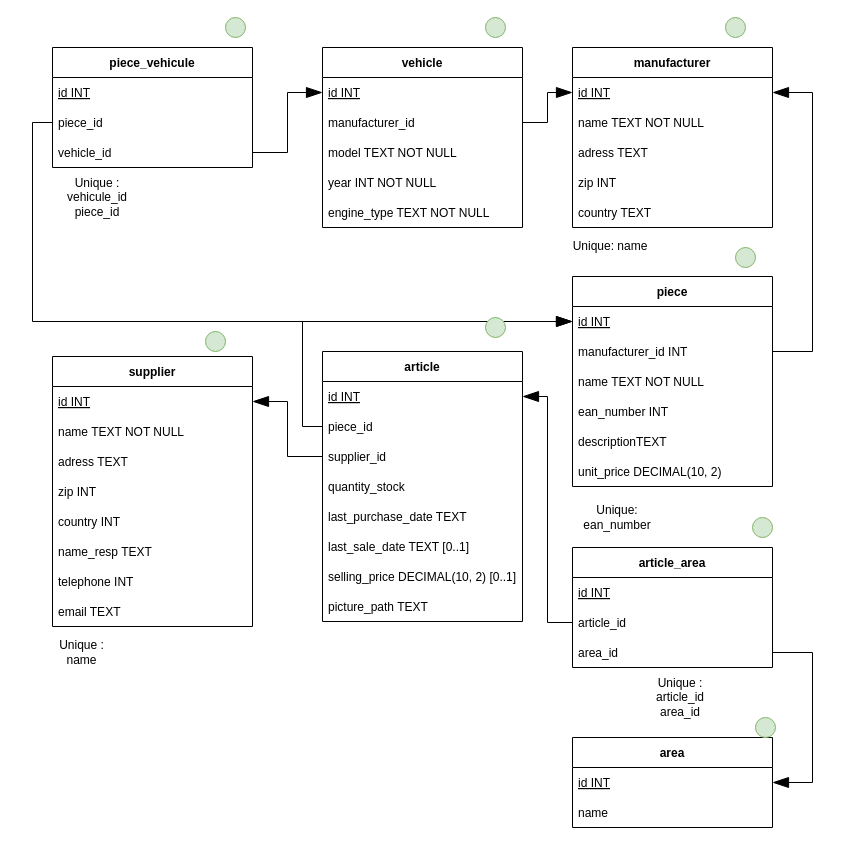
Before: Documentation/Schema/SQL_Garage_valide.drawio in alexhohn/projet_garage, a draw.io diagram. Source tidied: cells renumbered, new cells numbered last; positions are measured from the earlier drawing's top-left corner, leaving out a move shared by most shapes. Both pictures are drawn from the tidied source at 100%, with x=0, y=0 at pixel (-18, 17).
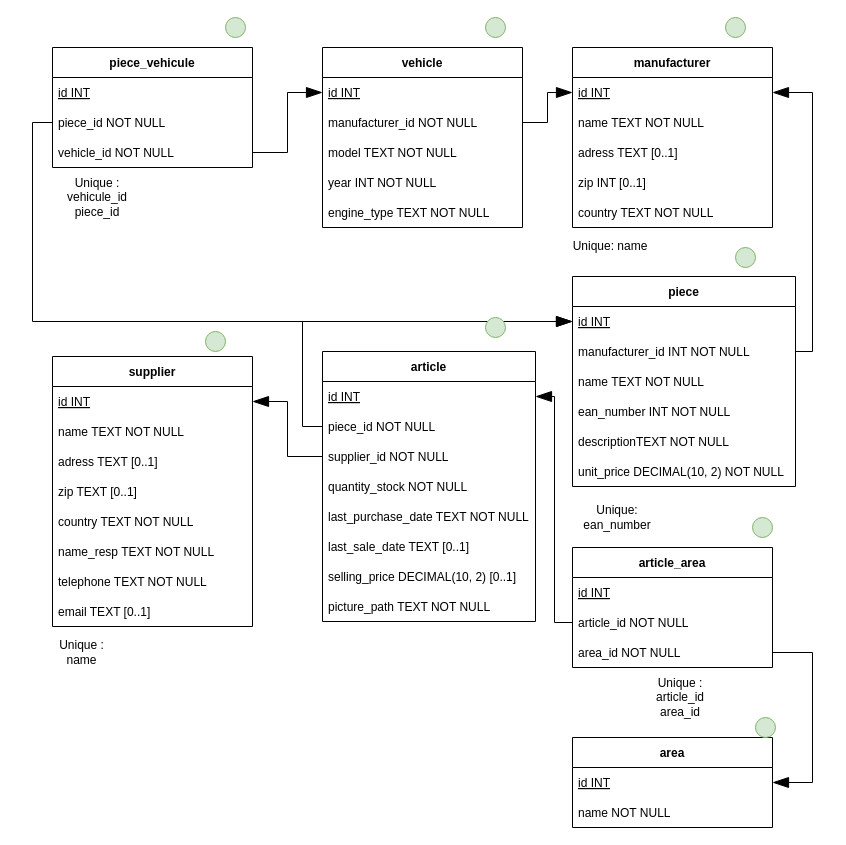
After the change.

Commit message (it also covers changes not shown here):
Ajout de NOT NULL partout sauf là où c'est vraiment nécéssaire ! Sélection des query les plus importantes pour l'app dans query_pres.sql

Unchanged cells that the change refers to:
```xml
<mxCell id="2" value="supplier" style="swimlane;fontStyle=1;horizontal=1;startSize=30;hachureGap=4;" parent="1" vertex="1">
  <mxGeometry x="70" y="339" width="200" height="270" as="geometry" />
</mxCell>
<mxCell id="18" value="manufacturer" style="swimlane;fontStyle=1;horizontal=1;startSize=30;hachureGap=4;" parent="1" vertex="1">
  <mxGeometry x="590" y="30" width="200" height="180" as="geometry" />
</mxCell>
<mxCell id="24" value="vehicle" style="swimlane;fontStyle=1;horizontal=1;startSize=30;hachureGap=4;" parent="1" vertex="1">
  <mxGeometry x="340" y="30" width="200" height="180" as="geometry" />
</mxCell>
<mxCell id="30" value="area" style="swimlane;fontStyle=1;horizontal=1;startSize=30;hachureGap=4;" parent="1" vertex="1">
  <mxGeometry x="590" y="720" width="200" height="90" as="geometry" />
</mxCell>
<mxCell id="34" value="piece_vehicule" style="swimlane;fontStyle=1;horizontal=1;startSize=30;hachureGap=4;" parent="1" vertex="1">
  <mxGeometry x="70" y="30" width="200" height="120" as="geometry" />
</mxCell>
<mxCell id="54" value="article_area" style="swimlane;fontStyle=1;horizontal=1;startSize=30;hachureGap=4;" parent="1" vertex="1">
  <mxGeometry x="590" y="530" width="200" height="120" as="geometry" />
</mxCell>
```

Change to the diagram source:
```diff
@@
-    <mxCell id="5" value="adress TEXT" style="text;strokeColor=none;fillColor=none;align=left;verticalAlign=middle;spacingLeft=4;spacingRight=4;overflow=hidden;" parent="2" vertex="1">
+    <mxCell id="5" value="adress TEXT [0..1]" style="text;strokeColor=none;fillColor=none;align=left;verticalAlign=middle;spacingLeft=4;spacingRight=4;overflow=hidden;" parent="2" vertex="1">
       <mxGeometry y="90" width="200" height="30" as="geometry" />
     </mxCell>
-    <mxCell id="6" value="zip INT" style="text;strokeColor=none;fillColor=none;align=left;verticalAlign=middle;spacingLeft=4;spacingRight=4;overflow=hidden;" parent="2" vertex="1">
+    <mxCell id="6" value="zip TEXT [0..1]" style="text;strokeColor=none;fillColor=none;align=left;verticalAlign=middle;spacingLeft=4;spacingRight=4;overflow=hidden;" parent="2" vertex="1">
       <mxGeometry y="120" width="200" height="30" as="geometry" />
     </mxCell>
-    <mxCell id="7" value="country INT" style="text;strokeColor=none;fillColor=none;align=left;verticalAlign=middle;spacingLeft=4;spacingRight=4;overflow=hidden;" parent="2" vertex="1">
+    <mxCell id="7" value="country TEXT NOT NULL" style="text;strokeColor=none;fillColor=none;align=left;verticalAlign=middle;spacingLeft=4;spacingRight=4;overflow=hidden;" parent="2" vertex="1">
       <mxGeometry y="150" width="200" height="30" as="geometry" />
     </mxCell>
-    <mxCell id="8" value="name_resp TEXT " style="text;strokeColor=none;fillColor=none;align=left;verticalAlign=middle;spacingLeft=4;spacingRight=4;overflow=hidden;" parent="2" vertex="1">
+    <mxCell id="8" value="name_resp TEXT NOT NULL" style="text;strokeColor=none;fillColor=none;align=left;verticalAlign=middle;spacingLeft=4;spacingRight=4;overflow=hidden;" parent="2" vertex="1">
       <mxGeometry y="180" width="200" height="30" as="geometry" />
     </mxCell>
-    <mxCell id="9" value="telephone INT " style="text;strokeColor=none;fillColor=none;align=left;verticalAlign=middle;spacingLeft=4;spacingRight=4;overflow=hidden;" parent="2" vertex="1">
+    <mxCell id="9" value="telephone TEXT NOT NULL" style="text;strokeColor=none;fillColor=none;align=left;verticalAlign=middle;spacingLeft=4;spacingRight=4;overflow=hidden;" parent="2" vertex="1">
       <mxGeometry y="210" width="200" height="30" as="geometry" />
     </mxCell>
-    <mxCell id="10" value="email TEXT " style="text;strokeColor=none;fillColor=none;align=left;verticalAlign=middle;spacingLeft=4;spacingRight=4;overflow=hidden;" parent="2" vertex="1">
+    <mxCell id="10" value="email TEXT [0..1]" style="text;strokeColor=none;fillColor=none;align=left;verticalAlign=middle;spacingLeft=4;spacingRight=4;overflow=hidden;" parent="2" vertex="1">
       <mxGeometry y="240" width="200" height="30" as="geometry" />
     </mxCell>
     <mxCell id="11" value="piece" style="swimlane;fontStyle=1;horizontal=1;startSize=30;hachureGap=4;" parent="1" vertex="1">
-      <mxGeometry x="590" y="259" width="200" height="210" as="geometry" />
+      <mxGeometry x="590" y="259" width="223" height="210" as="geometry" />
     </mxCell>
     <mxCell id="12" value="id INT" style="text;strokeColor=none;fillColor=none;align=left;verticalAlign=middle;spacingLeft=4;spacingRight=4;overflow=hidden;points=[[0,0.5],[1,0.5]];portConstraint=eastwest;fontStyle=4;" parent="11" vertex="1">
-      <mxGeometry y="30" width="200" height="30" as="geometry" />
+      <mxGeometry y="30" width="223" height="30" as="geometry" />
     </mxCell>
-    <mxCell id="13" value="manufacturer_id INT" style="text;strokeColor=none;fillColor=none;align=left;verticalAlign=middle;spacingLeft=4;spacingRight=4;overflow=hidden;points=[[0,0.5],[1,0.5]];portConstraint=eastwest;fontStyle=0;" parent="11" vertex="1">
-      <mxGeometry y="60" width="200" height="30" as="geometry" />
+    <mxCell id="13" value="manufacturer_id INT NOT NULL" style="text;strokeColor=none;fillColor=none;align=left;verticalAlign=middle;spacingLeft=4;spacingRight=4;overflow=hidden;points=[[0,0.5],[1,0.5]];portConstraint=eastwest;fontStyle=0;" parent="11" vertex="1">
+      <mxGeometry y="60" width="223" height="30" as="geometry" />
     </mxCell>
     <mxCell id="14" value="name TEXT NOT NULL" style="text;strokeColor=none;fillColor=none;align=left;verticalAlign=middle;spacingLeft=4;spacingRight=4;overflow=hidden;" parent="11" vertex="1">
-      <mxGeometry y="90" width="200" height="30" as="geometry" />
+      <mxGeometry y="90" width="223" height="30" as="geometry" />
     </mxCell>
-    <mxCell id="15" value="ean_number INT" style="text;strokeColor=none;fillColor=none;align=left;verticalAlign=middle;spacingLeft=4;spacingRight=4;overflow=hidden;" parent="11" vertex="1">
-      <mxGeometry y="120" width="200" height="30" as="geometry" />
+    <mxCell id="15" value="ean_number INT NOT NULL" style="text;strokeColor=none;fillColor=none;align=left;verticalAlign=middle;spacingLeft=4;spacingRight=4;overflow=hidden;" parent="11" vertex="1">
+      <mxGeometry y="120" width="223" height="30" as="geometry" />
     </mxCell>
-    <mxCell id="16" value="descriptionTEXT" style="text;strokeColor=none;fillColor=none;align=left;verticalAlign=middle;spacingLeft=4;spacingRight=4;overflow=hidden;" parent="11" vertex="1">
-      <mxGeometry y="150" width="200" height="30" as="geometry" />
+    <mxCell id="16" value="descriptionTEXT NOT NULL" style="text;strokeColor=none;fillColor=none;align=left;verticalAlign=middle;spacingLeft=4;spacingRight=4;overflow=hidden;" parent="11" vertex="1">
+      <mxGeometry y="150" width="223" height="30" as="geometry" />
     </mxCell>
-    <mxCell id="17" value="unit_price DECIMAL(10, 2)" style="text;strokeColor=none;fillColor=none;align=left;verticalAlign=middle;spacingLeft=4;spacingRight=4;overflow=hidden;" parent="11" vertex="1">
-      <mxGeometry y="180" width="200" height="30" as="geometry" />
+    <mxCell id="17" value="unit_price DECIMAL(10, 2) NOT NULL" style="text;strokeColor=none;fillColor=none;align=left;verticalAlign=middle;spacingLeft=4;spacingRight=4;overflow=hidden;" parent="11" vertex="1">
+      <mxGeometry y="180" width="223" height="30" as="geometry" />
     </mxCell>
@@
-    <mxCell id="21" value="adress TEXT" style="text;strokeColor=none;fillColor=none;align=left;verticalAlign=middle;spacingLeft=4;spacingRight=4;overflow=hidden;" parent="18" vertex="1">
+    <mxCell id="21" value="adress TEXT [0..1]" style="text;strokeColor=none;fillColor=none;align=left;verticalAlign=middle;spacingLeft=4;spacingRight=4;overflow=hidden;" parent="18" vertex="1">
       <mxGeometry y="90" width="200" height="30" as="geometry" />
     </mxCell>
-    <mxCell id="22" value="zip INT" style="text;strokeColor=none;fillColor=none;align=left;verticalAlign=middle;spacingLeft=4;spacingRight=4;overflow=hidden;" parent="18" vertex="1">
+    <mxCell id="22" value="zip INT [0..1]" style="text;strokeColor=none;fillColor=none;align=left;verticalAlign=middle;spacingLeft=4;spacingRight=4;overflow=hidden;" parent="18" vertex="1">
       <mxGeometry y="120" width="200" height="30" as="geometry" />
     </mxCell>
-    <mxCell id="23" value="country TEXT" style="text;strokeColor=none;fillColor=none;align=left;verticalAlign=middle;spacingLeft=4;spacingRight=4;overflow=hidden;" parent="18" vertex="1">
+    <mxCell id="23" value="country TEXT NOT NULL" style="text;strokeColor=none;fillColor=none;align=left;verticalAlign=middle;spacingLeft=4;spacingRight=4;overflow=hidden;" parent="18" vertex="1">
       <mxGeometry y="150" width="200" height="30" as="geometry" />
     </mxCell>
@@
-    <mxCell id="26" value="manufacturer_id" style="text;strokeColor=none;fillColor=none;align=left;verticalAlign=middle;spacingLeft=4;spacingRight=4;overflow=hidden;points=[[0,0.5],[1,0.5]];portConstraint=eastwest;fontStyle=0;" parent="24" vertex="1">
+    <mxCell id="26" value="manufacturer_id NOT NULL" style="text;strokeColor=none;fillColor=none;align=left;verticalAlign=middle;spacingLeft=4;spacingRight=4;overflow=hidden;points=[[0,0.5],[1,0.5]];portConstraint=eastwest;fontStyle=0;" parent="24" vertex="1">
       <mxGeometry y="60" width="200" height="30" as="geometry" />
     </mxCell>
@@
-    <mxCell id="32" value="name" style="text;strokeColor=none;fillColor=none;align=left;verticalAlign=middle;spacingLeft=4;spacingRight=4;overflow=hidden;fontStyle=0;" parent="30" vertex="1">
+    <mxCell id="32" value="name NOT NULL" style="text;strokeColor=none;fillColor=none;align=left;verticalAlign=middle;spacingLeft=4;spacingRight=4;overflow=hidden;fontStyle=0;" parent="30" vertex="1">
       <mxGeometry y="60" width="200" height="30" as="geometry" />
     </mxCell>
@@
-    <mxCell id="36" value="piece_id" style="text;strokeColor=none;fillColor=none;align=left;verticalAlign=middle;spacingLeft=4;spacingRight=4;overflow=hidden;points=[[0,0.5],[1,0.5]];portConstraint=eastwest;fontStyle=0;" parent="34" vertex="1">
+    <mxCell id="36" value="piece_id NOT NULL" style="text;strokeColor=none;fillColor=none;align=left;verticalAlign=middle;spacingLeft=4;spacingRight=4;overflow=hidden;points=[[0,0.5],[1,0.5]];portConstraint=eastwest;fontStyle=0;" parent="34" vertex="1">
       <mxGeometry y="60" width="200" height="30" as="geometry" />
     </mxCell>
-    <mxCell id="37" value="vehicle_id" style="text;strokeColor=none;fillColor=none;align=left;verticalAlign=middle;spacingLeft=4;spacingRight=4;overflow=hidden;points=[[0,0.5],[1,0.5]];portConstraint=eastwest;fontStyle=0;" parent="34" vertex="1">
+    <mxCell id="37" value="vehicle_id NOT NULL" style="text;strokeColor=none;fillColor=none;align=left;verticalAlign=middle;spacingLeft=4;spacingRight=4;overflow=hidden;points=[[0,0.5],[1,0.5]];portConstraint=eastwest;fontStyle=0;" parent="34" vertex="1">
       <mxGeometry y="90" width="200" height="30" as="geometry" />
     </mxCell>
@@
     <mxCell id="42" value="article" style="swimlane;fontStyle=1;horizontal=1;startSize=30;hachureGap=4;" parent="1" vertex="1">
-      <mxGeometry x="340" y="334" width="200" height="270" as="geometry" />
+      <mxGeometry x="340" y="334" width="213" height="270" as="geometry" />
     </mxCell>
     <mxCell id="43" value="id INT" style="text;strokeColor=none;fillColor=none;align=left;verticalAlign=middle;spacingLeft=4;spacingRight=4;overflow=hidden;points=[[0,0.5],[1,0.5]];portConstraint=eastwest;fontStyle=4;" parent="42" vertex="1">
-      <mxGeometry y="30" width="200" height="30" as="geometry" />
+      <mxGeometry y="30" width="213" height="30" as="geometry" />
     </mxCell>
-    <mxCell id="44" value="piece_id" style="text;strokeColor=none;fillColor=none;align=left;verticalAlign=middle;spacingLeft=4;spacingRight=4;overflow=hidden;points=[[0,0.5],[1,0.5]];portConstraint=eastwest;fontStyle=0;" parent="42" vertex="1">
-      <mxGeometry y="60" width="200" height="30" as="geometry" />
+    <mxCell id="44" value="piece_id NOT NULL" style="text;strokeColor=none;fillColor=none;align=left;verticalAlign=middle;spacingLeft=4;spacingRight=4;overflow=hidden;points=[[0,0.5],[1,0.5]];portConstraint=eastwest;fontStyle=0;" parent="42" vertex="1">
+      <mxGeometry y="60" width="213" height="30" as="geometry" />
     </mxCell>
-    <mxCell id="45" value="supplier_id" style="text;strokeColor=none;fillColor=none;align=left;verticalAlign=middle;spacingLeft=4;spacingRight=4;overflow=hidden;points=[[0,0.5],[1,0.5]];portConstraint=eastwest;fontStyle=0;" parent="42" vertex="1">
-      <mxGeometry y="90" width="200" height="30" as="geometry" />
+    <mxCell id="45" value="supplier_id NOT NULL" style="text;strokeColor=none;fillColor=none;align=left;verticalAlign=middle;spacingLeft=4;spacingRight=4;overflow=hidden;points=[[0,0.5],[1,0.5]];portConstraint=eastwest;fontStyle=0;" parent="42" vertex="1">
+      <mxGeometry y="90" width="213" height="30" as="geometry" />
     </mxCell>
-    <mxCell id="46" value="quantity_stock" style="text;strokeColor=none;fillColor=none;align=left;verticalAlign=middle;spacingLeft=4;spacingRight=4;overflow=hidden;" parent="42" vertex="1">
-      <mxGeometry y="120" width="200" height="30" as="geometry" />
+    <mxCell id="46" value="quantity_stock NOT NULL" style="text;strokeColor=none;fillColor=none;align=left;verticalAlign=middle;spacingLeft=4;spacingRight=4;overflow=hidden;" parent="42" vertex="1">
+      <mxGeometry y="120" width="213" height="30" as="geometry" />
     </mxCell>
-    <mxCell id="47" value="last_purchase_date TEXT " style="text;strokeColor=none;fillColor=none;align=left;verticalAlign=middle;spacingLeft=4;spacingRight=4;overflow=hidden;" parent="42" vertex="1">
-      <mxGeometry y="150" width="200" height="30" as="geometry" />
+    <mxCell id="47" value="last_purchase_date TEXT NOT NULL" style="text;strokeColor=none;fillColor=none;align=left;verticalAlign=middle;spacingLeft=4;spacingRight=4;overflow=hidden;" parent="42" vertex="1">
+      <mxGeometry y="150" width="213" height="30" as="geometry" />
     </mxCell>
     <mxCell id="48" value="last_sale_date TEXT [0..1]" style="text;strokeColor=none;fillColor=none;align=left;verticalAlign=middle;spacingLeft=4;spacingRight=4;overflow=hidden;" parent="42" vertex="1">
-      <mxGeometry y="180" width="200" height="30" as="geometry" />
+      <mxGeometry y="180" width="213" height="30" as="geometry" />
     </mxCell>
     <mxCell id="49" value="selling_price DECIMAL(10, 2) [0..1]" style="text;strokeColor=none;fillColor=none;align=left;verticalAlign=middle;spacingLeft=4;spacingRight=4;overflow=hidden;fontStyle=0;" parent="42" vertex="1">
-      <mxGeometry y="210" width="200" height="30" as="geometry" />
+      <mxGeometry y="210" width="213" height="30" as="geometry" />
     </mxCell>
-    <mxCell id="50" value="picture_path TEXT" style="text;strokeColor=none;fillColor=none;align=left;verticalAlign=middle;spacingLeft=4;spacingRight=4;overflow=hidden;fontStyle=0;" parent="42" vertex="1">
-      <mxGeometry y="240" width="200" height="30" as="geometry" />
+    <mxCell id="50" value="picture_path TEXT NOT NULL" style="text;strokeColor=none;fillColor=none;align=left;verticalAlign=middle;spacingLeft=4;spacingRight=4;overflow=hidden;fontStyle=0;" parent="42" vertex="1">
+      <mxGeometry y="240" width="213" height="30" as="geometry" />
     </mxCell>
@@
-    <mxCell id="56" value="article_id" style="text;strokeColor=none;fillColor=none;align=left;verticalAlign=middle;spacingLeft=4;spacingRight=4;overflow=hidden;points=[[0,0.5],[1,0.5]];portConstraint=eastwest;fontStyle=0;" parent="54" vertex="1">
+    <mxCell id="56" value="article_id NOT NULL" style="text;strokeColor=none;fillColor=none;align=left;verticalAlign=middle;spacingLeft=4;spacingRight=4;overflow=hidden;points=[[0,0.5],[1,0.5]];portConstraint=eastwest;fontStyle=0;" parent="54" vertex="1">
       <mxGeometry y="60" width="200" height="30" as="geometry" />
     </mxCell>
-    <mxCell id="57" value="area_id" style="text;strokeColor=none;fillColor=none;align=left;verticalAlign=middle;spacingLeft=4;spacingRight=4;overflow=hidden;points=[[0,0.5],[1,0.5]];portConstraint=eastwest;fontStyle=0;" parent="54" vertex="1">
+    <mxCell id="57" value="area_id NOT NULL" style="text;strokeColor=none;fillColor=none;align=left;verticalAlign=middle;spacingLeft=4;spacingRight=4;overflow=hidden;points=[[0,0.5],[1,0.5]];portConstraint=eastwest;fontStyle=0;" parent="54" vertex="1">
       <mxGeometry y="90" width="200" height="30" as="geometry" />
     </mxCell>
```
